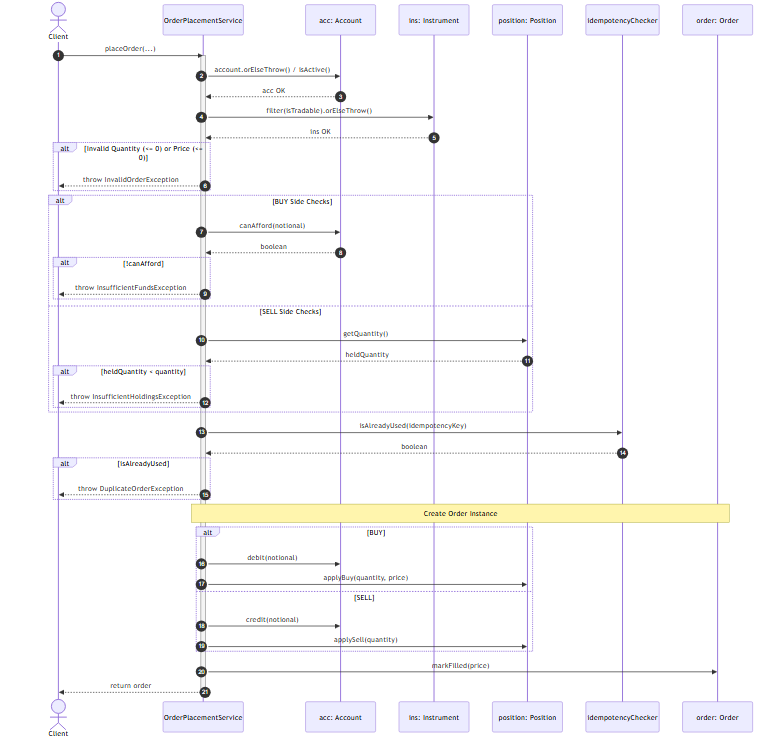
ramprasathp-rp7/enterprise-trading-platform keeps this Mermaid diagram as sprint-05-domain-engine/design/sequenceDiagram.png. Above is the earlier version. Its source is kept beside it as sprint-05-domain-engine/design/sequenceDiagram.mmd.
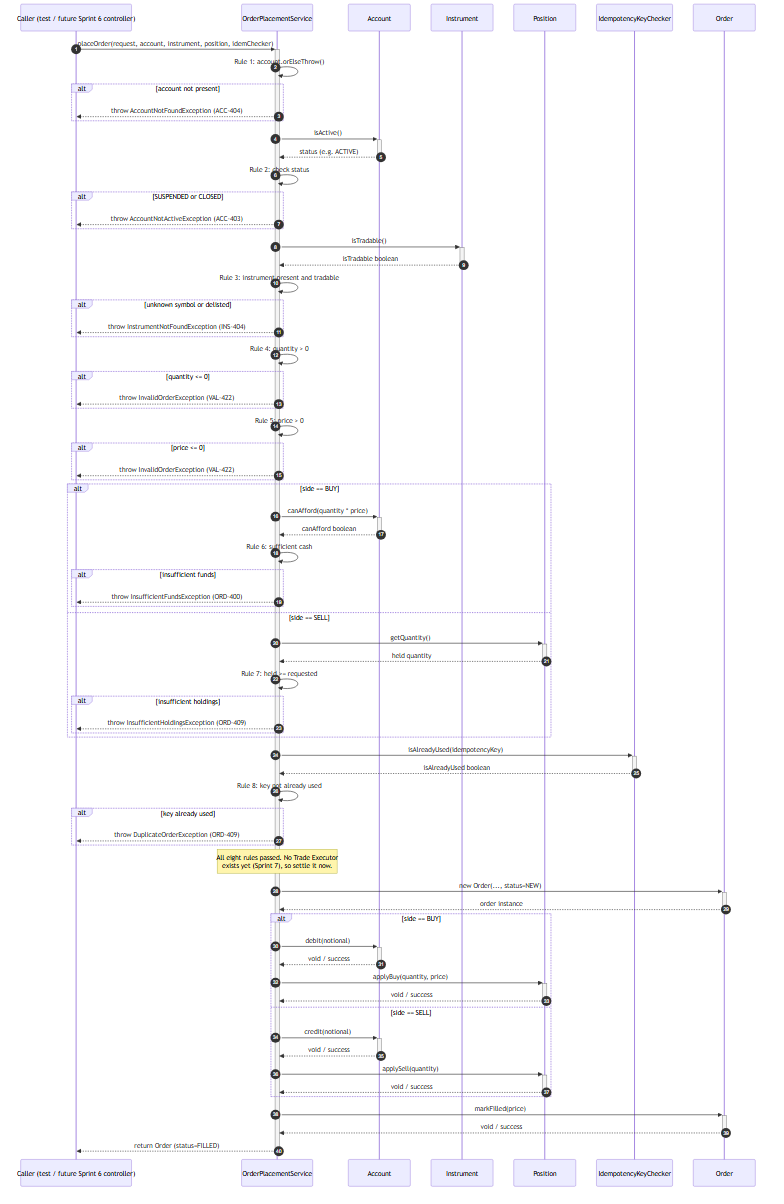
After the commit.

Commit message:
sprint 5 updated sequence diagram

Diff of the diagram source:
```diff
@@ -1,57 +1,85 @@
 sequenceDiagram
     autonumber
-    actor Client
-    participant Service as OrderPlacementService
-    participant Account as acc: Account
-    participant Instrument as ins: Instrument
-    participant Position as position: Position
-    participant Checker as idempotencyChecker
-    participant Order as order: Order
+    participant Caller as Caller (test / future Sprint 6 controller)
+    participant Svc as OrderPlacementService
+    participant Acc as Account
+    participant Ins as Instrument
+    participant Pos as Position
+    participant Idem as IdempotencyKeyChecker
+    participant Ord as Order
 
-    Client->>Service: placeOrder(...)
-    activate Service
+    Caller->>+Svc: placeOrder(request, account, instrument, position, idemChecker)
 
-    Service->>Account: account.orElseThrow() / isActive()
-    Account-->>Service: acc OK
-
-    Service->>Instrument: filter(isTradable).orElseThrow()
-    Instrument-->>Service: ins OK
-
-    alt Invalid Quantity (<= 0) or Price (<= 0)
-        Service-->>Client: throw InvalidOrderException
+    Svc->>Svc: Rule 1: account.orElseThrow()
+    alt account not present
+        Svc-->>Caller: throw AccountNotFoundException (ACC-404)
     end
 
-    alt BUY Side Checks
-        Service->>Account: canAfford(notional)
-        Account-->>Service: boolean
-        alt !canAfford
-            Service-->>Client: throw InsufficientFundsException
+    Svc->>+Acc: isActive()
+    Acc-->>-Svc: status (e.g. ACTIVE)
+    Svc->>Svc: Rule 2: check status
+    alt SUSPENDED or CLOSED
+        Svc-->>Caller: throw AccountNotActiveException (ACC-403)
+    end
+
+    Svc->>+Ins: isTradable()
+    Ins-->>-Svc: isTradable boolean
+    Svc->>Svc: Rule 3: instrument present and tradable
+    alt unknown symbol or delisted
+        Svc-->>Caller: throw InstrumentNotFoundException (INS-404)
+    end
+
+    Svc->>Svc: Rule 4: quantity > 0
+    alt quantity <= 0
+        Svc-->>Caller: throw InvalidOrderException (VAL-422)
+    end
+
+    Svc->>Svc: Rule 5: price > 0
+    alt price <= 0
+        Svc-->>Caller: throw InvalidOrderException (VAL-422)
+    end
+
+    alt side == BUY
+        Svc->>+Acc: canAfford(quantity * price)
+        Acc-->>-Svc: canAfford boolean
+        Svc->>Svc: Rule 6: sufficient cash
+        alt insufficient funds
+            Svc-->>Caller: throw InsufficientFundsException (ORD-400)
         end
-    else SELL Side Checks
-        Service->>Position: getQuantity()
-        Position-->>Service: heldQuantity
-        alt heldQuantity < quantity
-            Service-->>Client: throw InsufficientHoldingsException
+    else side == SELL
+        Svc->>+Pos: getQuantity()
+        Pos-->>-Svc: held quantity
+        Svc->>Svc: Rule 7: held >= requested
+        alt insufficient holdings
+            Svc-->>Caller: throw InsufficientHoldingsException (ORD-409)
         end
     end
 
-    Service->>Checker: isAlreadyUsed(idempotencyKey)
-    Checker-->>Service: boolean
-    alt isAlreadyUsed
-        Service-->>Client: throw DuplicateOrderException
+    Svc->>+Idem: isAlreadyUsed(idempotencyKey)
+    Idem-->>-Svc: isAlreadyUsed boolean
+    Svc->>Svc: Rule 8: key not already used
+    alt key already used
+        Svc-->>Caller: throw DuplicateOrderException (ORD-409)
     end
 
-    Note over Service, Order: Create Order Instance
+    Note over Svc: All eight rules passed. No Trade Executor<br/>exists yet (Sprint 7), so settle it now.
 
-    alt BUY
-        Service->>Account: debit(notional)
-        Service->>Position: applyBuy(quantity, price)
-    else SELL
-        Service->>Account: credit(notional)
-        Service->>Position: applySell(quantity)
+    Svc->>+Ord: new Order(..., status=NEW)
+    Ord-->>-Svc: order instance
+
+    alt side == BUY
+        Svc->>+Acc: debit(notional)
+        Acc-->>-Svc: void / success
+        Svc->>+Pos: applyBuy(quantity, price)
+        Pos-->>-Svc: void / success
+    else side == SELL
+        Svc->>+Acc: credit(notional)
+        Acc-->>-Svc: void / success
+        Svc->>+Pos: applySell(quantity)
+        Pos-->>-Svc: void / success
     end
 
-    Service->>Order: markFilled(price)
-    Service-->>Client: return order
+    Svc->>+Ord: markFilled(price)
+    Ord-->>-Svc: void / success
 
-    deactivate Service
+    Svc-->>-Caller: return Order (status=FILLED)
```
